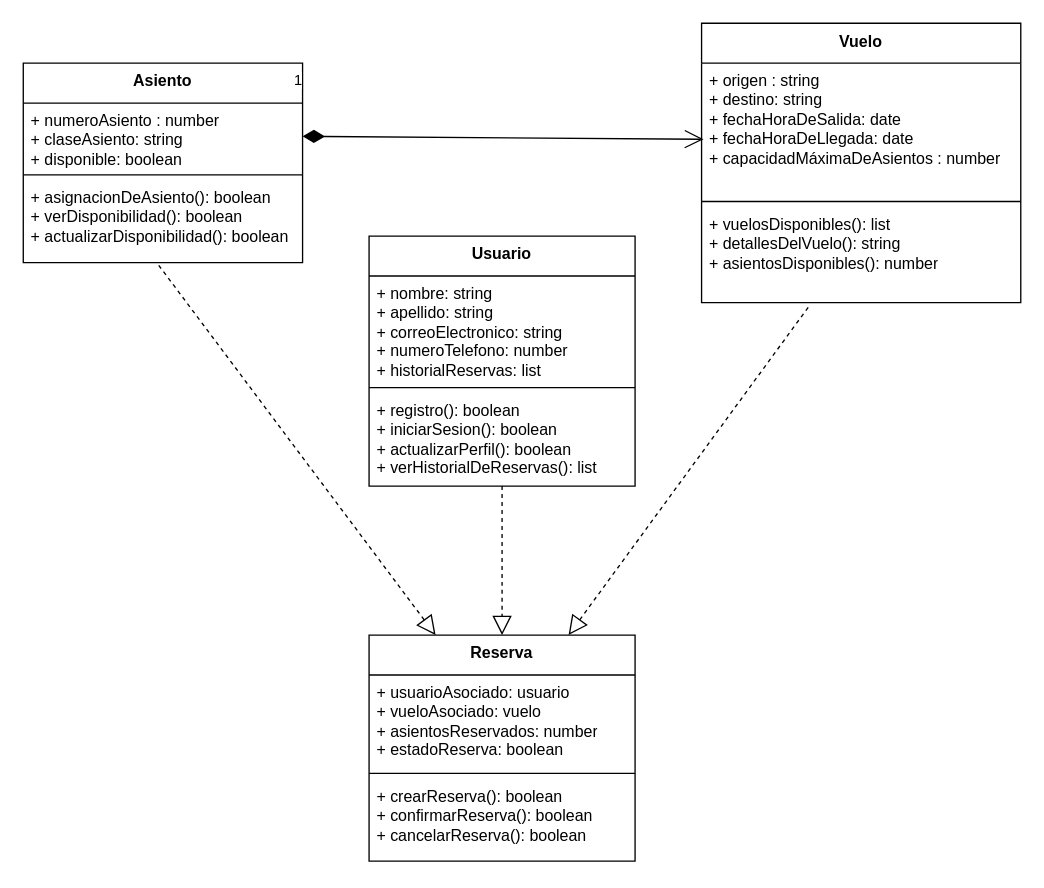
This is page "Diragrama de clases" (1 of 2) of Untitled Diagram.drawio from mfigueroa23/mfigueroa23, a draw.io file, before an edit. Source tidied: cells renumbered, new cells numbered last; positions are measured from the earlier drawing's top-left corner, leaving out a move shared by most shapes. Both pictures are drawn from the tidied source at 133%, with x=0, y=0 at pixel (23, 23).
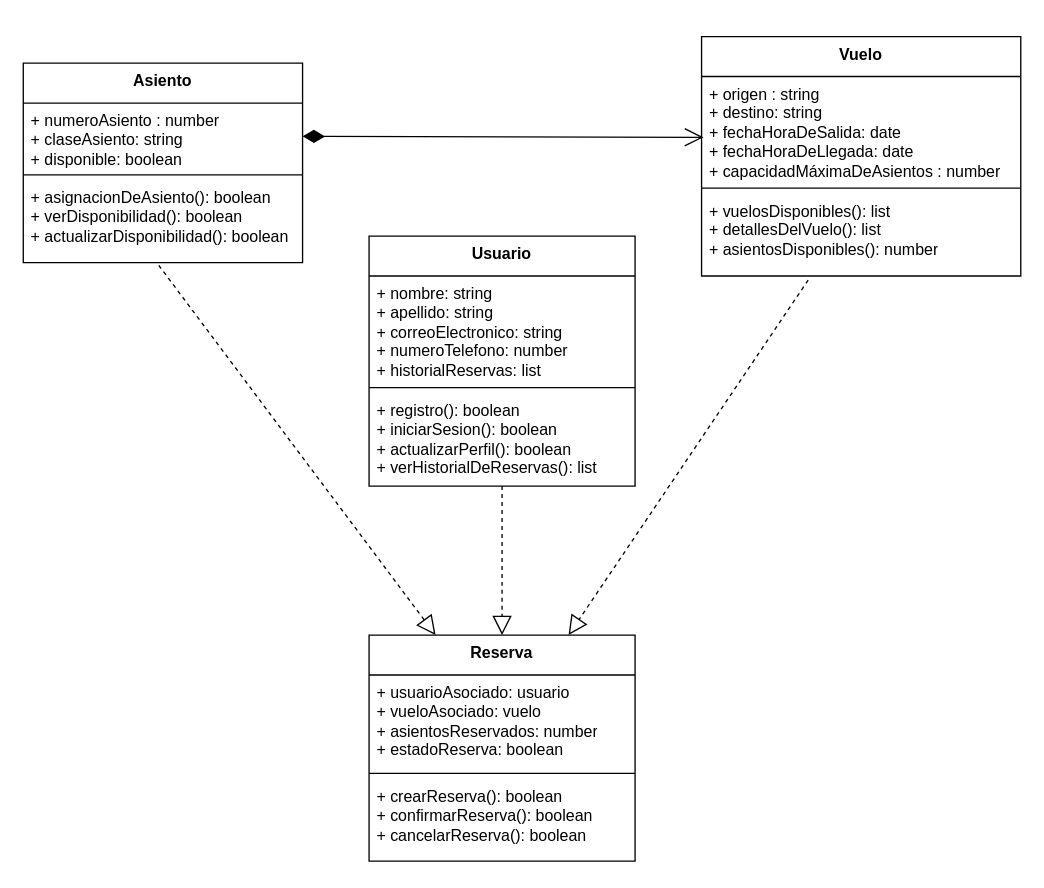
After the change.

The change refers to these unchanged cells:
```xml
<mxCell id="7" value="&lt;div&gt;+ numeroAsiento : number&lt;br&gt;&lt;/div&gt;&lt;div&gt;+ claseAsiento: string&lt;br&gt;&lt;/div&gt;&lt;div&gt;+ disponible: boolean&lt;br&gt;&lt;/div&gt;" style="text;strokeColor=none;fillColor=none;align=left;verticalAlign=top;spacingLeft=4;spacingRight=4;overflow=hidden;points=[[0,0.5],[1,0.5]];portConstraint=eastwest;whiteSpace=wrap;html=1;" parent="6" vertex="1">
  <mxGeometry y="30" width="210" height="50" as="geometry" />
</mxCell>
```

Diff of the diagram source:
```diff
@@
     <mxCell id="10" value="Vuelo" style="swimlane;fontStyle=1;align=center;verticalAlign=top;horizontal=1;startSize=30;whiteSpace=wrap;html=1;" parent="1" vertex="1">
-      <mxGeometry x="510" width="240" height="210" as="geometry" />
+      <mxGeometry x="510" y="10" width="240" height="180" as="geometry" />
     </mxCell>
     <mxCell id="11" value="+ origen : string&lt;div&gt;+ destino: string&lt;/div&gt;&lt;div&gt;+ fechaHoraDeSalida: date&lt;/div&gt;&lt;div&gt;+ fechaHoraDeLlegada: date&lt;/div&gt;&lt;div&gt;+ capacidadMáximaDeAsientos : number&lt;/div&gt;" style="text;strokeColor=none;fillColor=none;align=left;verticalAlign=top;spacingLeft=4;spacingRight=4;overflow=hidden;points=[[0,0.5],[1,0.5]];portConstraint=eastwest;whiteSpace=wrap;html=1;" parent="10" vertex="1">
-      <mxGeometry y="30" width="240" height="100" as="geometry" />
+      <mxGeometry y="30" width="240" height="80" as="geometry" />
     </mxCell>
     <mxCell id="12" style="line;strokeWidth=1;fillColor=none;align=left;verticalAlign=middle;spacingTop=-1;spacingLeft=3;spacingRight=3;labelPosition=right;strokeColor=inherit;" parent="10" vertex="1">
-      <mxGeometry y="130" width="240" height="8" as="geometry" />
+      <mxGeometry y="110" width="240" height="8" as="geometry" />
     </mxCell>
-    <mxCell id="13" value="+ vuelosDisponibles(): list&lt;div&gt;+ detallesDelVuelo(): string&lt;/div&gt;&lt;div&gt;+ asientosDisponibles(): number&lt;/div&gt;" style="text;strokeColor=none;fillColor=none;align=left;verticalAlign=top;spacingLeft=4;spacingRight=4;overflow=hidden;points=[[0,0.5],[1,0.5]];portConstraint=eastwest;whiteSpace=wrap;html=1;" parent="10" vertex="1">
-      <mxGeometry y="138" width="240" height="72" as="geometry" />
+    <mxCell id="13" value="+ vuelosDisponibles(): list&lt;div&gt;+ detallesDelVuelo(): list&lt;/div&gt;&lt;div&gt;+ asientosDisponibles(): number&lt;/div&gt;" style="text;strokeColor=none;fillColor=none;align=left;verticalAlign=top;spacingLeft=4;spacingRight=4;overflow=hidden;points=[[0,0.5],[1,0.5]];portConstraint=eastwest;whiteSpace=wrap;html=1;" parent="10" vertex="1">
+      <mxGeometry y="118" width="240" height="62" as="geometry" />
     </mxCell>
@@
-    <mxCell id="21" value="1" style="endArrow=open;html=1;endSize=12;startArrow=diamondThin;startSize=14;startFill=1;align=left;verticalAlign=bottom;rounded=0;entryX=0.006;entryY=0.572;entryDx=0;entryDy=0;entryPerimeter=0;exitX=1;exitY=0.5;exitDx=0;exitDy=0;" parent="1" edge="1" source="7" target="11">
-      <mxGeometry x="-1" y="18" relative="1" as="geometry">
-        <mxPoint x="-8" y="-15" as="offset" />
-      </mxGeometry>
+    <mxCell id="21" style="endArrow=open;html=1;endSize=12;startArrow=diamondThin;startSize=14;startFill=1;align=left;verticalAlign=bottom;rounded=0;entryX=0.006;entryY=0.572;entryDx=0;entryDy=0;entryPerimeter=0;exitX=1;exitY=0.5;exitDx=0;exitDy=0;" parent="1" edge="1" source="7" target="11">
+      <mxGeometry x="0.86" y="7" relative="1" as="geometry" />
     </mxCell>
```
